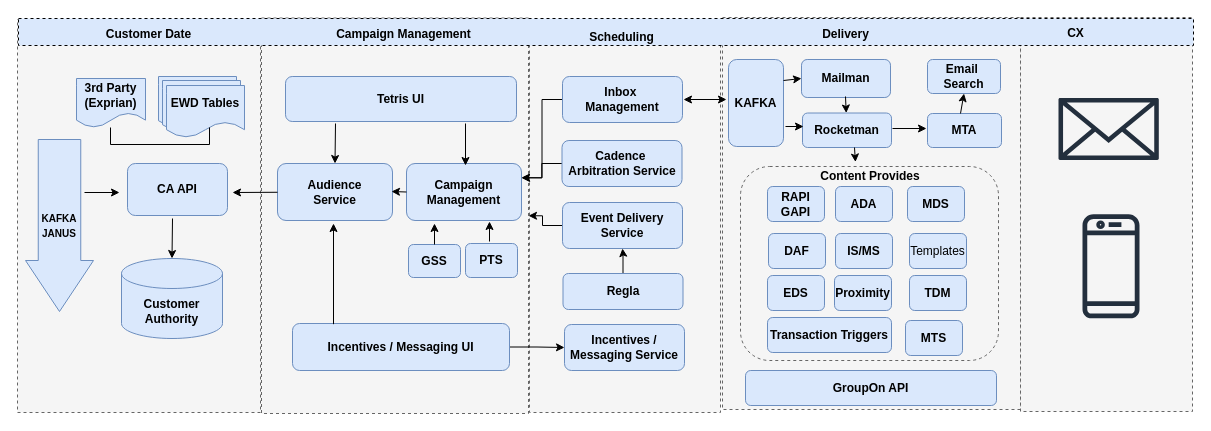
This is Untitled Diagram.drawio from BaljeetMalik/SystemDesign, a draw.io file, before an edit. Source tidied: cells renumbered, new cells numbered last; positions are measured from the earlier drawing's top-left corner, leaving out a move shared by most shapes. Both pictures are drawn from the tidied source at 100%, with x=0, y=0 at pixel (17, 17).
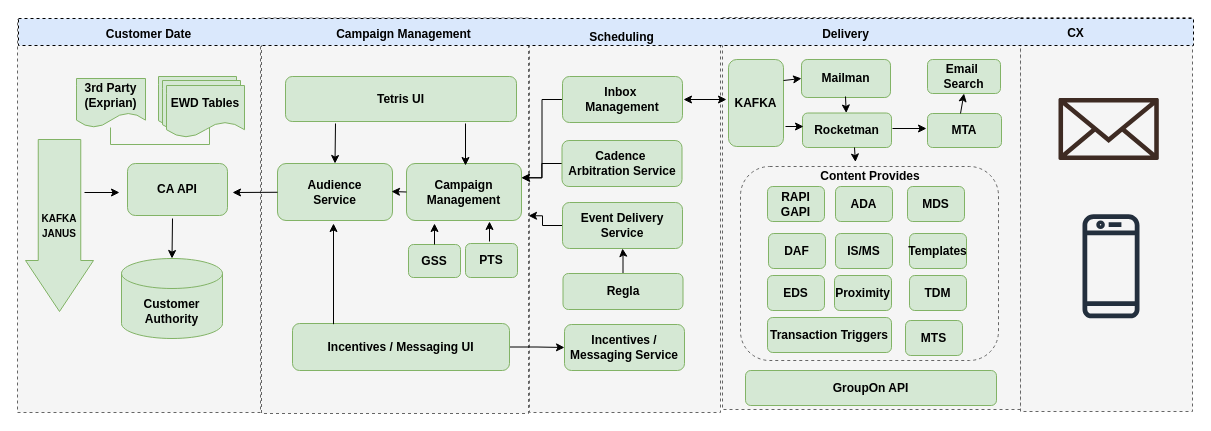
The same page after the edit.

The edit, as a diff of the source:
```diff
@@
-    <mxCell id="14" value="3rd Party (Exprian)" style="shape=document;whiteSpace=wrap;html=1;boundedLbl=1;fillColor=#dae8fc;strokeColor=#6c8ebf;fontStyle=1;" parent="1" vertex="1">
+    <mxCell id="14" value="3rd Party (Exprian)" style="shape=document;whiteSpace=wrap;html=1;boundedLbl=1;fillColor=#d5e8d4;strokeColor=#82b366;fontStyle=1;" parent="1" vertex="1">
       <mxGeometry x="59" y="61" width="69" height="49" as="geometry" />
     </mxCell>
-    <mxCell id="15" value="Customer &lt;br&gt;Authority" style="shape=cylinder3;whiteSpace=wrap;html=1;boundedLbl=1;backgroundOutline=1;size=15;fillColor=#dae8fc;strokeColor=#6c8ebf;fontStyle=1;" parent="1" vertex="1">
+    <mxCell id="15" value="Customer &lt;br&gt;Authority" style="shape=cylinder3;whiteSpace=wrap;html=1;boundedLbl=1;backgroundOutline=1;size=15;fillColor=#d5e8d4;strokeColor=#82b366;fontStyle=1;" parent="1" vertex="1">
       <mxGeometry x="104" y="241" width="101" height="80" as="geometry" />
     </mxCell>
-    <mxCell id="16" value="CA API" style="rounded=1;whiteSpace=wrap;html=1;fillColor=#dae8fc;strokeColor=#6c8ebf;fontStyle=1;" parent="1" vertex="1">
+    <mxCell id="16" value="CA API" style="rounded=1;whiteSpace=wrap;html=1;fillColor=#d5e8d4;strokeColor=#82b366;fontStyle=1;" parent="1" vertex="1">
       <mxGeometry x="110" y="146" width="100" height="52" as="geometry" />
     </mxCell>
-    <mxCell id="17" style="shape=document;whiteSpace=wrap;html=1;boundedLbl=1;fillColor=#dae8fc;strokeColor=#6c8ebf;" parent="1" vertex="1">
+    <mxCell id="17" style="shape=document;whiteSpace=wrap;html=1;boundedLbl=1;fillColor=#d5e8d4;strokeColor=#82b366;" parent="1" vertex="1">
       <mxGeometry x="141" y="59" width="78" height="52" as="geometry" />
     </mxCell>
-    <mxCell id="18" style="shape=document;whiteSpace=wrap;html=1;boundedLbl=1;fillColor=#dae8fc;strokeColor=#6c8ebf;" parent="1" vertex="1">
+    <mxCell id="18" style="shape=document;whiteSpace=wrap;html=1;boundedLbl=1;fillColor=#d5e8d4;strokeColor=#82b366;" parent="1" vertex="1">
       <mxGeometry x="145" y="63" width="78" height="52" as="geometry" />
     </mxCell>
-    <mxCell id="19" value="EWD Tables" style="shape=document;whiteSpace=wrap;html=1;boundedLbl=1;fillColor=#dae8fc;strokeColor=#6c8ebf;fontStyle=1;" parent="1" vertex="1">
+    <mxCell id="19" value="EWD Tables" style="shape=document;whiteSpace=wrap;html=1;boundedLbl=1;fillColor=#d5e8d4;strokeColor=#82b366;fontStyle=1;" parent="1" vertex="1">
       <mxGeometry x="149" y="68" width="78" height="52" as="geometry" />
     </mxCell>
-    <mxCell id="20" style="strokeWidth=1;html=1;shape=mxgraph.flowchart.annotation_1;align=left;direction=north;spacing=1;fontSize=10;" parent="1" vertex="1">
+    <mxCell id="20" style="strokeWidth=1;html=1;shape=mxgraph.flowchart.annotation_1;align=left;direction=north;spacing=1;fontSize=10;fillColor=#d5e8d4;strokeColor=#82b366;" parent="1" vertex="1">
       <mxGeometry x="93" y="110" width="99" height="17" as="geometry" />
     </mxCell>
@@
-    <mxCell id="22" value="&lt;font style=&quot;font-size: 10px;&quot;&gt;KAFKA JANUS&lt;/font&gt;" style="shape=singleArrow;direction=south;whiteSpace=wrap;html=1;arrowWidth=0.625;arrowSize=0.29651162790697677;horizontal=1;verticalAlign=middle;labelPosition=center;verticalLabelPosition=middle;align=center;fillColor=#dae8fc;strokeColor=#6c8ebf;fontStyle=1;" parent="1" vertex="1">
+    <mxCell id="22" value="&lt;font style=&quot;font-size: 10px;&quot;&gt;KAFKA JANUS&lt;/font&gt;" style="shape=singleArrow;direction=south;whiteSpace=wrap;html=1;arrowWidth=0.625;arrowSize=0.29651162790697677;horizontal=1;verticalAlign=middle;labelPosition=center;verticalLabelPosition=middle;align=center;fillColor=#d5e8d4;strokeColor=#82b366;fontStyle=1;" parent="1" vertex="1">
       <mxGeometry x="8" y="122" width="68" height="172" as="geometry" />
     </mxCell>
-    <mxCell id="23" value="Tetris UI" style="rounded=1;whiteSpace=wrap;html=1;fillColor=#dae8fc;strokeColor=#6c8ebf;fontStyle=1;" parent="1" vertex="1">
+    <mxCell id="23" value="Tetris UI" style="rounded=1;whiteSpace=wrap;html=1;fillColor=#d5e8d4;strokeColor=#82b366;fontStyle=1;" parent="1" vertex="1">
       <mxGeometry x="268" y="59" width="231" height="45" as="geometry" />
     </mxCell>
-    <mxCell id="24" value="Audience&lt;br&gt;Service" style="rounded=1;whiteSpace=wrap;html=1;fillColor=#dae8fc;strokeColor=#6c8ebf;fontStyle=1;" parent="1" vertex="1">
+    <mxCell id="24" value="Audience&lt;br&gt;Service" style="rounded=1;whiteSpace=wrap;html=1;fillColor=#d5e8d4;strokeColor=#82b366;fontStyle=1;" parent="1" vertex="1">
       <mxGeometry x="260" y="146" width="115" height="57" as="geometry" />
     </mxCell>
-    <mxCell id="25" value="Campaign Management" style="rounded=1;whiteSpace=wrap;html=1;fillColor=#dae8fc;strokeColor=#6c8ebf;fontStyle=1;" parent="1" vertex="1">
+    <mxCell id="25" value="Campaign Management" style="rounded=1;whiteSpace=wrap;html=1;fillColor=#d5e8d4;strokeColor=#82b366;fontStyle=1;" parent="1" vertex="1">
       <mxGeometry x="389" y="146" width="115" height="57" as="geometry" />
     </mxCell>
-    <mxCell id="26" value="GSS" style="rounded=1;whiteSpace=wrap;html=1;fillColor=#dae8fc;strokeColor=#6c8ebf;fontStyle=1;" parent="1" vertex="1">
+    <mxCell id="26" value="GSS" style="rounded=1;whiteSpace=wrap;html=1;fillColor=#d5e8d4;strokeColor=#82b366;fontStyle=1;" parent="1" vertex="1">
       <mxGeometry x="391" y="227" width="52" height="33" as="geometry" />
     </mxCell>
-    <mxCell id="27" value="PTS" style="rounded=1;whiteSpace=wrap;html=1;fillColor=#dae8fc;strokeColor=#6c8ebf;fontStyle=1;" parent="1" vertex="1">
+    <mxCell id="27" value="PTS" style="rounded=1;whiteSpace=wrap;html=1;fillColor=#d5e8d4;strokeColor=#82b366;fontStyle=1;" parent="1" vertex="1">
       <mxGeometry x="448" y="226" width="52" height="34" as="geometry" />
     </mxCell>
@@
-    <mxCell id="34" value="Incentives / Messaging UI" style="rounded=1;whiteSpace=wrap;html=1;fillColor=#dae8fc;strokeColor=#6c8ebf;fontStyle=1;" parent="1" vertex="1">
+    <mxCell id="34" value="Incentives / Messaging UI" style="rounded=1;whiteSpace=wrap;html=1;fillColor=#d5e8d4;strokeColor=#82b366;fontStyle=1;" parent="1" vertex="1">
       <mxGeometry x="275" y="306" width="217" height="47" as="geometry" />
     </mxCell>
@@
-    <mxCell id="37" value="Inbox&amp;nbsp;&lt;br&gt;Management" style="rounded=1;whiteSpace=wrap;html=1;fillColor=#dae8fc;strokeColor=#6c8ebf;fontStyle=1;" parent="1" vertex="1">
+    <mxCell id="37" value="Inbox&amp;nbsp;&lt;br&gt;Management" style="rounded=1;whiteSpace=wrap;html=1;fillColor=#d5e8d4;strokeColor=#82b366;fontStyle=1;" parent="1" vertex="1">
       <mxGeometry x="545" y="59" width="120" height="46" as="geometry" />
     </mxCell>
@@
-    <mxCell id="39" value="Cadence&amp;nbsp;&lt;br&gt;Arbitration Service" style="rounded=1;whiteSpace=wrap;html=1;fillColor=#dae8fc;strokeColor=#6c8ebf;fontStyle=1;" parent="1" vertex="1">
+    <mxCell id="39" value="Cadence&amp;nbsp;&lt;br&gt;Arbitration Service" style="rounded=1;whiteSpace=wrap;html=1;fillColor=#d5e8d4;strokeColor=#82b366;fontStyle=1;" parent="1" vertex="1">
       <mxGeometry x="544.5" y="123" width="120" height="46" as="geometry" />
     </mxCell>
@@
-    <mxCell id="41" value="Event Delivery Service" style="rounded=1;whiteSpace=wrap;html=1;fillColor=#dae8fc;strokeColor=#6c8ebf;fontStyle=1;" parent="1" vertex="1">
+    <mxCell id="41" value="Event Delivery Service" style="rounded=1;whiteSpace=wrap;html=1;fillColor=#d5e8d4;strokeColor=#82b366;fontStyle=1;" parent="1" vertex="1">
       <mxGeometry x="545" y="185" width="120" height="46" as="geometry" />
     </mxCell>
@@
-    <mxCell id="43" value="Regla" style="rounded=1;whiteSpace=wrap;html=1;fillColor=#dae8fc;strokeColor=#6c8ebf;fontStyle=1;" parent="1" vertex="1">
+    <mxCell id="43" value="Regla" style="rounded=1;whiteSpace=wrap;html=1;fillColor=#d5e8d4;strokeColor=#82b366;fontStyle=1;" parent="1" vertex="1">
       <mxGeometry x="545.5" y="256" width="120" height="36" as="geometry" />
     </mxCell>
-    <mxCell id="44" value="Incentives / Messaging Service" style="rounded=1;whiteSpace=wrap;html=1;fillColor=#dae8fc;strokeColor=#6c8ebf;fontStyle=1;" parent="1" vertex="1">
+    <mxCell id="44" value="Incentives / Messaging Service" style="rounded=1;whiteSpace=wrap;html=1;fillColor=#d5e8d4;strokeColor=#82b366;fontStyle=1;" parent="1" vertex="1">
       <mxGeometry x="547" y="307" width="120" height="46" as="geometry" />
     </mxCell>
-    <mxCell id="45" value="KAFKA" style="rounded=1;whiteSpace=wrap;html=1;fillColor=#dae8fc;strokeColor=#6c8ebf;fontStyle=1;" parent="1" vertex="1">
+    <mxCell id="45" value="KAFKA" style="rounded=1;whiteSpace=wrap;html=1;fillColor=#d5e8d4;strokeColor=#82b366;fontStyle=1;" parent="1" vertex="1">
       <mxGeometry x="711" y="42" width="55" height="87" as="geometry" />
     </mxCell>
-    <mxCell id="46" value="Mailman" style="rounded=1;whiteSpace=wrap;html=1;fillColor=#dae8fc;strokeColor=#6c8ebf;fontStyle=1;" parent="1" vertex="1">
+    <mxCell id="46" value="Mailman" style="rounded=1;whiteSpace=wrap;html=1;fillColor=#d5e8d4;strokeColor=#82b366;fontStyle=1;" parent="1" vertex="1">
       <mxGeometry x="784" y="42" width="89" height="38" as="geometry" />
     </mxCell>
-    <mxCell id="47" value="MTA" style="rounded=1;whiteSpace=wrap;html=1;fillColor=#dae8fc;strokeColor=#6c8ebf;fontStyle=1;" parent="1" vertex="1">
+    <mxCell id="47" value="MTA" style="rounded=1;whiteSpace=wrap;html=1;fillColor=#d5e8d4;strokeColor=#82b366;fontStyle=1;" parent="1" vertex="1">
       <mxGeometry x="910" y="96" width="74" height="34" as="geometry" />
     </mxCell>
@@
-    <mxCell id="49" value="RAPI&lt;br&gt;GAPI" style="rounded=1;whiteSpace=wrap;html=1;fillColor=#dae8fc;strokeColor=#6c8ebf;fontStyle=1;" parent="1" vertex="1">
+    <mxCell id="49" value="RAPI&lt;br&gt;GAPI" style="rounded=1;whiteSpace=wrap;html=1;fillColor=#d5e8d4;strokeColor=#82b366;fontStyle=1;" parent="1" vertex="1">
       <mxGeometry x="750" y="169" width="57" height="35" as="geometry" />
     </mxCell>
-    <mxCell id="50" value="ADA" style="rounded=1;whiteSpace=wrap;html=1;fillColor=#dae8fc;strokeColor=#6c8ebf;fontStyle=1;" parent="1" vertex="1">
+    <mxCell id="50" value="ADA" style="rounded=1;whiteSpace=wrap;html=1;fillColor=#d5e8d4;strokeColor=#82b366;fontStyle=1;" parent="1" vertex="1">
       <mxGeometry x="818" y="169" width="57" height="35" as="geometry" />
     </mxCell>
-    <mxCell id="51" value="MDS" style="rounded=1;whiteSpace=wrap;html=1;fillColor=#dae8fc;strokeColor=#6c8ebf;fontStyle=1;" parent="1" vertex="1">
+    <mxCell id="51" value="MDS" style="rounded=1;whiteSpace=wrap;html=1;fillColor=#d5e8d4;strokeColor=#82b366;fontStyle=1;" parent="1" vertex="1">
       <mxGeometry x="890" y="169" width="57" height="35" as="geometry" />
     </mxCell>
-    <mxCell id="52" value="DAF" style="rounded=1;whiteSpace=wrap;html=1;fillColor=#dae8fc;strokeColor=#6c8ebf;fontStyle=1;" parent="1" vertex="1">
+    <mxCell id="52" value="DAF" style="rounded=1;whiteSpace=wrap;html=1;fillColor=#d5e8d4;strokeColor=#82b366;fontStyle=1;" parent="1" vertex="1">
       <mxGeometry x="751" y="216" width="57" height="35" as="geometry" />
     </mxCell>
-    <mxCell id="53" value="IS/MS" style="rounded=1;whiteSpace=wrap;html=1;fillColor=#dae8fc;strokeColor=#6c8ebf;fontStyle=1;" parent="1" vertex="1">
+    <mxCell id="53" value="IS/MS" style="rounded=1;whiteSpace=wrap;html=1;fillColor=#d5e8d4;strokeColor=#82b366;fontStyle=1;" parent="1" vertex="1">
       <mxGeometry x="818" y="216" width="57" height="35" as="geometry" />
     </mxCell>
-    <mxCell id="54" value="Templates" style="rounded=1;whiteSpace=wrap;html=1;fillColor=#dae8fc;strokeColor=#6c8ebf;" parent="1" vertex="1">
+    <mxCell id="54" value="&lt;b&gt;Templates&lt;/b&gt;" style="rounded=1;whiteSpace=wrap;html=1;fillColor=#d5e8d4;strokeColor=#82b366;" parent="1" vertex="1">
       <mxGeometry x="892" y="216" width="57" height="35" as="geometry" />
     </mxCell>
-    <mxCell id="55" value="EDS" style="rounded=1;whiteSpace=wrap;html=1;fillColor=#dae8fc;strokeColor=#6c8ebf;fontStyle=1;" parent="1" vertex="1">
+    <mxCell id="55" value="EDS" style="rounded=1;whiteSpace=wrap;html=1;fillColor=#d5e8d4;strokeColor=#82b366;fontStyle=1;" parent="1" vertex="1">
       <mxGeometry x="750" y="258" width="57" height="35" as="geometry" />
     </mxCell>
-    <mxCell id="56" value="Proximity" style="rounded=1;whiteSpace=wrap;html=1;fillColor=#dae8fc;strokeColor=#6c8ebf;fontStyle=1;" parent="1" vertex="1">
+    <mxCell id="56" value="Proximity" style="rounded=1;whiteSpace=wrap;html=1;fillColor=#d5e8d4;strokeColor=#82b366;fontStyle=1;" parent="1" vertex="1">
       <mxGeometry x="817" y="258" width="57" height="35" as="geometry" />
     </mxCell>
-    <mxCell id="57" value="TDM" style="rounded=1;whiteSpace=wrap;html=1;fillColor=#dae8fc;strokeColor=#6c8ebf;fontStyle=1;" parent="1" vertex="1">
+    <mxCell id="57" value="TDM" style="rounded=1;whiteSpace=wrap;html=1;fillColor=#d5e8d4;strokeColor=#82b366;fontStyle=1;" parent="1" vertex="1">
       <mxGeometry x="892" y="258" width="57" height="35" as="geometry" />
     </mxCell>
-    <mxCell id="58" value="Transaction Triggers" style="rounded=1;whiteSpace=wrap;html=1;fillColor=#dae8fc;strokeColor=#6c8ebf;fontStyle=1;" parent="1" vertex="1">
+    <mxCell id="58" value="Transaction Triggers" style="rounded=1;whiteSpace=wrap;html=1;fillColor=#d5e8d4;strokeColor=#82b366;fontStyle=1;" parent="1" vertex="1">
       <mxGeometry x="750" y="300" width="124" height="35" as="geometry" />
     </mxCell>
-    <mxCell id="59" value="MTS" style="rounded=1;whiteSpace=wrap;html=1;fillColor=#dae8fc;strokeColor=#6c8ebf;fontStyle=1;" parent="1" vertex="1">
+    <mxCell id="59" value="MTS" style="rounded=1;whiteSpace=wrap;html=1;fillColor=#d5e8d4;strokeColor=#82b366;fontStyle=1;" parent="1" vertex="1">
       <mxGeometry x="888" y="303" width="57" height="35" as="geometry" />
     </mxCell>
-    <mxCell id="60" value="Rocketman" style="rounded=1;whiteSpace=wrap;html=1;fillColor=#dae8fc;strokeColor=#6c8ebf;fontStyle=1;" parent="1" vertex="1">
+    <mxCell id="60" value="Rocketman" style="rounded=1;whiteSpace=wrap;html=1;fillColor=#d5e8d4;strokeColor=#82b366;fontStyle=1;" parent="1" vertex="1">
       <mxGeometry x="785" y="95.5" width="89" height="34.5" as="geometry" />
     </mxCell>
@@
-    <mxCell id="65" value="Email&amp;nbsp; Search" style="rounded=1;whiteSpace=wrap;html=1;fillColor=#dae8fc;strokeColor=#6c8ebf;fontStyle=1;" parent="1" vertex="1">
+    <mxCell id="65" value="Email&amp;nbsp; Search" style="rounded=1;whiteSpace=wrap;html=1;fillColor=#d5e8d4;strokeColor=#82b366;fontStyle=1;" parent="1" vertex="1">
       <mxGeometry x="910" y="42" width="73" height="34" as="geometry" />
     </mxCell>
-    <mxCell id="66" value="GroupOn API" style="rounded=1;whiteSpace=wrap;html=1;fillColor=#dae8fc;strokeColor=#6c8ebf;fontStyle=1;" parent="1" vertex="1">
+    <mxCell id="66" value="GroupOn API" style="rounded=1;whiteSpace=wrap;html=1;fillColor=#d5e8d4;strokeColor=#82b366;fontStyle=1;" parent="1" vertex="1">
       <mxGeometry x="728" y="353" width="251" height="35" as="geometry" />
     </mxCell>
@@
-    <mxCell id="68" style="sketch=0;fontColor=#232F3E;gradientColor=none;fillColor=#232F3D;strokeColor=none;dashed=0;verticalLabelPosition=bottom;verticalAlign=top;align=center;html=1;fontSize=12;fontStyle=0;shape=mxgraph.aws4.email_2;strokeWidth=1;" parent="1" vertex="1">
+    <mxCell id="68" style="sketch=0;fontColor=#232F3E;gradientColor=none;fillColor=#3e2b23;strokeColor=none;dashed=0;verticalLabelPosition=bottom;verticalAlign=top;align=center;html=1;fontSize=12;fontStyle=0;shape=mxgraph.aws4.email_2;strokeWidth=1;fillStyle=solid;" parent="1" vertex="1">
       <mxGeometry x="1041" y="80" width="100.3" height="63" as="geometry" />
     </mxCell>
```
